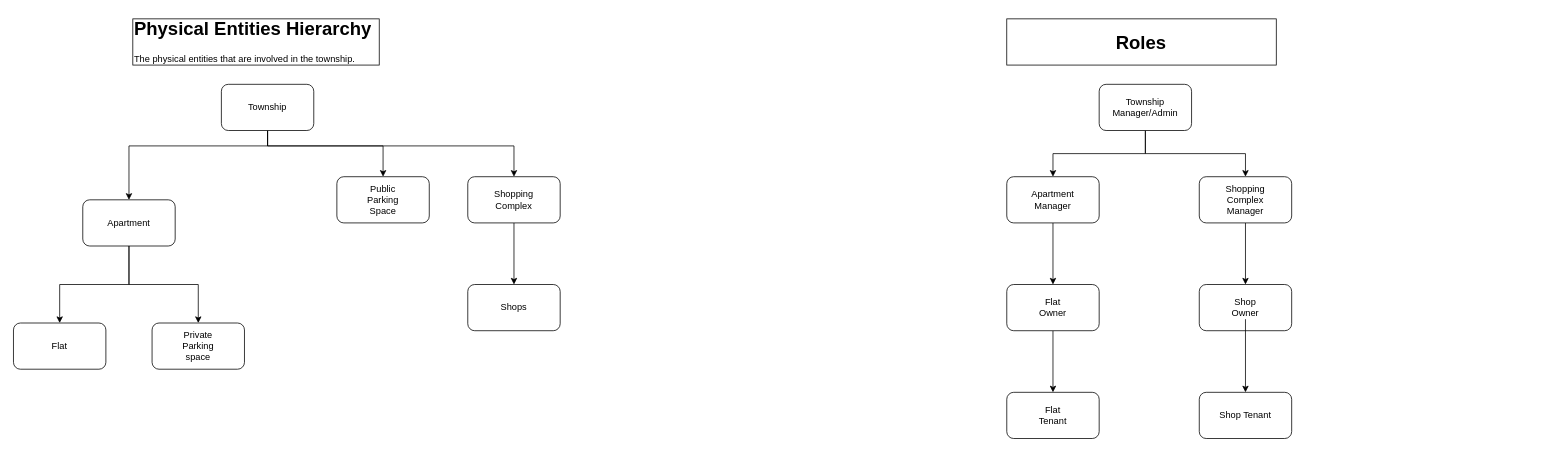
Before: Untitled Diagram.drawio in Vineeth-Vaddepati/apartment-management-system, a draw.io diagram. Source tidied: cells renumbered, new cells numbered last; positions are measured from the earlier drawing's top-left corner, leaving out a move shared by most shapes. Both pictures are drawn from the tidied source at 77%, with x=0, y=0 at pixel (13, 13).
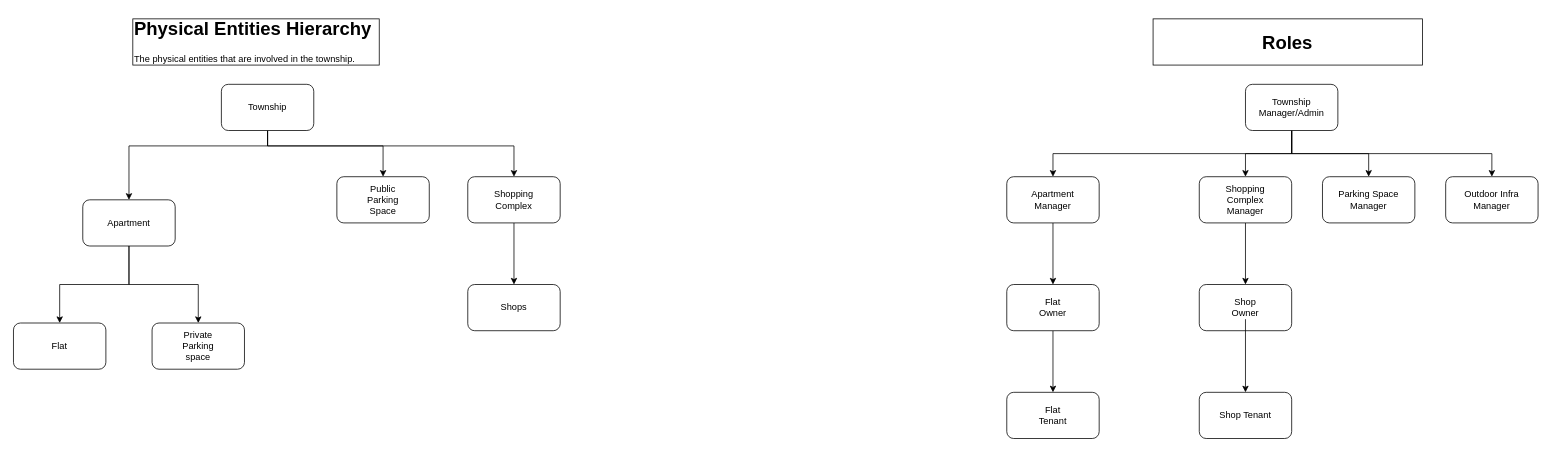
The same diagram, later.

Commit message:
Added Parking space manager and Outdoor Infra Manager

Unchanged cells that the change refers to:
```xml
<mxCell id="27" style="rounded=1;whiteSpace=wrap;html=1;" parent="1" vertex="1">
  <mxGeometry x="1290" y="212" width="120" height="60" as="geometry" />
</mxCell>
<mxCell id="30" style="rounded=1;whiteSpace=wrap;html=1;" parent="1" vertex="1">
  <mxGeometry x="1540" y="212" width="120" height="60" as="geometry" />
</mxCell>
```

Diff of the diagram source:
```diff
@@
     <mxCell id="22" style="edgeStyle=orthogonalEdgeStyle;rounded=0;jettySize=auto;html=1;entryX=0.5;entryY=0;entryDx=0;entryDy=0;" parent="1" edge="1" source="24" target="27">
-      <mxGeometry relative="1" as="geometry" />
+      <mxGeometry relative="1" as="geometry">
+        <Array as="points">
+          <mxPoint x="1660" y="182" />
+          <mxPoint x="1350" y="182" />
+        </Array>
+      </mxGeometry>
     </mxCell>
+    <mxCell id="44" style="edgeStyle=orthogonalEdgeStyle;rounded=0;jettySize=auto;html=1;exitX=0.5;exitY=1;exitDx=0;exitDy=0;entryX=0.5;entryY=0;entryDx=0;entryDy=0;" parent="1" edge="1" source="24" target="46">
+      <mxGeometry relative="1" as="geometry" />
+    </mxCell>
-    <mxCell id="23" style="edgeStyle=orthogonalEdgeStyle;rounded=0;jettySize=auto;html=1;entryX=0.5;entryY=0;entryDx=0;entryDy=0;" parent="1" edge="1" source="24" target="30">
-      <mxGeometry relative="1" as="geometry">
-        <Array as="points">
-          <mxPoint x="1470" y="182" />
-          <mxPoint x="1600" y="182" />
-        </Array>
-      </mxGeometry>
+    <mxCell id="23" style="edgeStyle=orthogonalEdgeStyle;rounded=0;jettySize=auto;html=1;exitX=0.5;exitY=1;exitDx=0;exitDy=0;entryX=0.5;entryY=0;entryDx=0;entryDy=0;" parent="1" edge="1" source="24" target="30">
+      <mxGeometry relative="1" as="geometry" />
     </mxCell>
+    <mxCell id="45" style="edgeStyle=orthogonalEdgeStyle;rounded=0;jettySize=auto;html=1;exitX=0.5;exitY=1;exitDx=0;exitDy=0;" parent="1" edge="1" source="24" target="47">
+      <mxGeometry relative="1" as="geometry" />
+    </mxCell>
     <mxCell id="24" style="rounded=1;whiteSpace=wrap;html=1;" parent="1" vertex="1">
-      <mxGeometry x="1410" y="92" width="120" height="60" as="geometry" />
+      <mxGeometry x="1600" y="92" width="120" height="60" as="geometry" />
     </mxCell>
     <mxCell id="25" value="Township Manager/Admin" style="text;html=1;align=center;verticalAlign=middle;whiteSpace=wrap;rounded=0;" parent="1" vertex="1">
-      <mxGeometry x="1440" y="107" width="60" height="30" as="geometry" />
+      <mxGeometry x="1630" y="107" width="60" height="30" as="geometry" />
     </mxCell>
@@
     <mxCell id="37" style="rounded=0;whiteSpace=wrap;html=1;" parent="1" vertex="1">
-      <mxGeometry x="1290" y="7" width="350" height="60" as="geometry" />
+      <mxGeometry x="1480" y="7" width="350" height="60" as="geometry" />
     </mxCell>
     <mxCell id="38" value="&lt;h1 style=&quot;margin-top: 0px;&quot;&gt;Roles&lt;/h1&gt;" style="text;html=1;whiteSpace=wrap;overflow=hidden;rounded=0;" parent="1" vertex="1">
-      <mxGeometry x="1430" y="17" width="100" height="40" as="geometry" />
+      <mxGeometry x="1620" y="17" width="100" height="40" as="geometry" />
     </mxCell>
@@
+    <mxCell id="46" value="Parking Space Manager" style="rounded=1;whiteSpace=wrap;html=1;" parent="1" vertex="1">
+      <mxGeometry x="1700" y="212" width="120" height="60" as="geometry" />
+    </mxCell>
+    <mxCell id="47" value="Outdoor Infra Manager" style="rounded=1;whiteSpace=wrap;html=1;" parent="1" vertex="1">
+      <mxGeometry x="1860" y="212" width="120" height="60" as="geometry" />
+    </mxCell>
```
